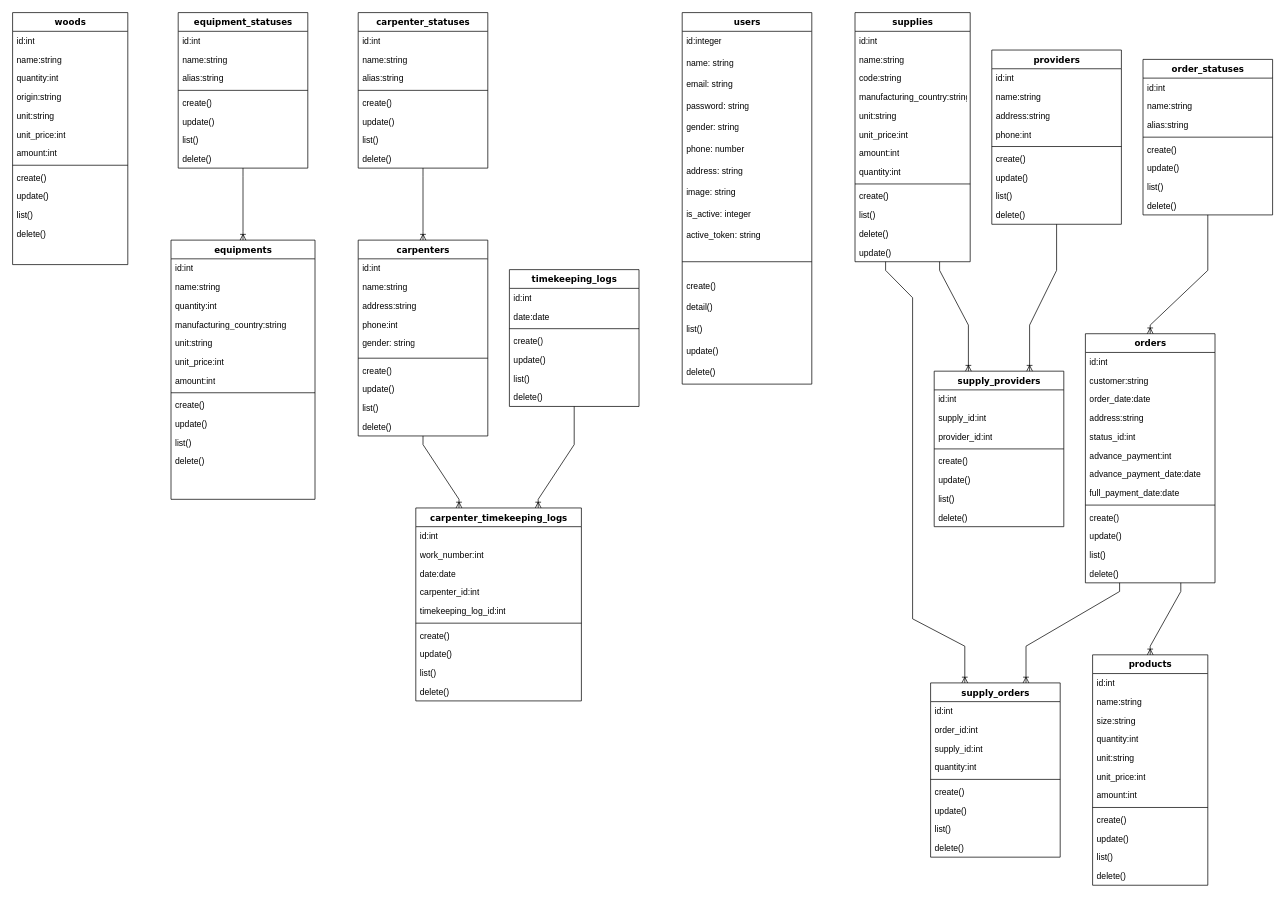
Earlier version of the draw.io diagram page "Trang-1" (1 of 2) of cwm-eer.drawio (vuminhhoa/Carpentry-Workshop-Management). Source tidied: cells renumbered, new cells numbered last; positions are measured from the earlier drawing's top-left corner, leaving out a move shared by most shapes. Both pictures are drawn from the tidied source at 72%, with x=0, y=0 at pixel (12, 12).
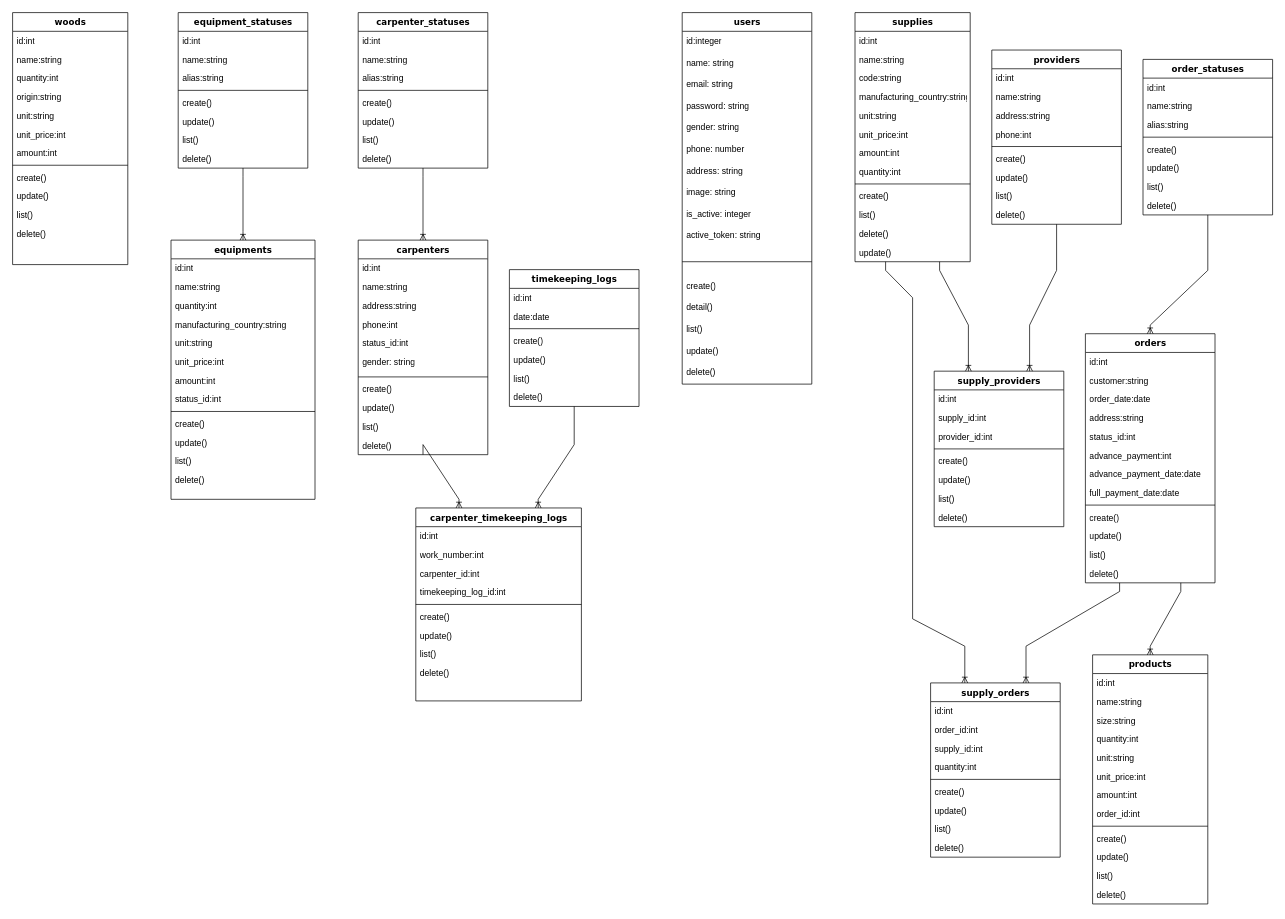
The same page after the edit.

Unchanged cells that the change refers to:
```xml
<mxCell id="2" value="equipments" style="swimlane;html=1;fontStyle=1;align=center;verticalAlign=top;horizontal=1;startSize=26;swimlaneFillColor=#ffffff;rounded=0;shadow=0;comic=0;labelBackgroundColor=none;strokeWidth=1;fillColor=none;fontFamily=Verdana;fontSize=12;" parent="1" vertex="1">
  <mxGeometry x="220" y="316" width="200" height="360" as="geometry" />
</mxCell>
<mxCell id="70" value="carpenter_timekeeping_logs" style="swimlane;html=1;fontStyle=1;align=center;verticalAlign=top;horizontal=1;startSize=26;swimlaneFillColor=#ffffff;rounded=0;shadow=0;comic=0;labelBackgroundColor=none;strokeWidth=1;fillColor=none;fontFamily=Verdana;fontSize=12;" parent="1" vertex="1">
  <mxGeometry x="560" y="688" width="230" height="268" as="geometry" />
</mxCell>
```

Change to the diagram source:
```diff
@@
+    <mxCell id="182" value="status_id:int" style="text;html=1;strokeColor=none;fillColor=none;align=left;verticalAlign=top;spacingLeft=4;spacingRight=4;whiteSpace=wrap;overflow=hidden;" parent="2" vertex="1">
+      <mxGeometry y="208" width="200" height="26" as="geometry" />
+    </mxCell>
     <mxCell id="10" style="line;html=1;strokeWidth=1;fillColor=none;align=left;verticalAlign=middle;spacingTop=-1;spacingLeft=3;spacingRight=3;labelPosition=right;" parent="2" vertex="1">
-      <mxGeometry y="208" width="200" height="8" as="geometry" />
+      <mxGeometry y="234" width="200" height="8" as="geometry" />
     </mxCell>
     <mxCell id="11" value="create()" style="text;html=1;strokeColor=none;fillColor=none;align=left;verticalAlign=top;spacingLeft=4;spacingRight=4;whiteSpace=wrap;overflow=hidden;" parent="2" vertex="1">
-      <mxGeometry y="216" width="200" height="26" as="geometry" />
+      <mxGeometry y="242" width="200" height="26" as="geometry" />
     </mxCell>
     <mxCell id="12" value="update()" style="text;html=1;strokeColor=none;fillColor=none;align=left;verticalAlign=top;spacingLeft=4;spacingRight=4;whiteSpace=wrap;overflow=hidden;" parent="2" vertex="1">
-      <mxGeometry y="242" width="200" height="26" as="geometry" />
+      <mxGeometry y="268" width="200" height="26" as="geometry" />
     </mxCell>
     <mxCell id="13" value="list()" style="text;html=1;strokeColor=none;fillColor=none;align=left;verticalAlign=top;spacingLeft=4;spacingRight=4;whiteSpace=wrap;overflow=hidden;" parent="2" vertex="1">
-      <mxGeometry y="268" width="200" height="26" as="geometry" />
+      <mxGeometry y="294" width="200" height="26" as="geometry" />
     </mxCell>
     <mxCell id="14" value="delete()" style="text;html=1;strokeColor=none;fillColor=none;align=left;verticalAlign=top;spacingLeft=4;spacingRight=4;whiteSpace=wrap;overflow=hidden;" parent="2" vertex="1">
-      <mxGeometry y="294" width="200" height="26" as="geometry" />
+      <mxGeometry y="320" width="200" height="26" as="geometry" />
     </mxCell>
@@
     <mxCell id="42" value="products" style="swimlane;html=1;fontStyle=1;align=center;verticalAlign=top;horizontal=1;startSize=26;swimlaneFillColor=#ffffff;rounded=0;shadow=0;comic=0;labelBackgroundColor=none;strokeWidth=1;fillColor=none;fontFamily=Verdana;fontSize=12;" parent="1" vertex="1">
-      <mxGeometry x="1500" y="892" width="160" height="320" as="geometry" />
+      <mxGeometry x="1500" y="892" width="160" height="346" as="geometry" />
     </mxCell>
@@
+    <mxCell id="183" value="order_id:int" style="text;html=1;strokeColor=none;fillColor=none;align=left;verticalAlign=top;spacingLeft=4;spacingRight=4;whiteSpace=wrap;overflow=hidden;" parent="42" vertex="1">
+      <mxGeometry y="208" width="160" height="26" as="geometry" />
+    </mxCell>
     <mxCell id="50" style="line;html=1;strokeWidth=1;fillColor=none;align=left;verticalAlign=middle;spacingTop=-1;spacingLeft=3;spacingRight=3;labelPosition=right;" parent="42" vertex="1">
-      <mxGeometry y="208" width="160" height="8" as="geometry" />
+      <mxGeometry y="234" width="160" height="8" as="geometry" />
     </mxCell>
     <mxCell id="51" value="create()" style="text;html=1;strokeColor=none;fillColor=none;align=left;verticalAlign=top;spacingLeft=4;spacingRight=4;whiteSpace=wrap;overflow=hidden;" parent="42" vertex="1">
-      <mxGeometry y="216" width="160" height="26" as="geometry" />
+      <mxGeometry y="242" width="160" height="26" as="geometry" />
     </mxCell>
     <mxCell id="52" value="update()" style="text;html=1;strokeColor=none;fillColor=none;align=left;verticalAlign=top;spacingLeft=4;spacingRight=4;whiteSpace=wrap;overflow=hidden;" parent="42" vertex="1">
-      <mxGeometry y="242" width="160" height="26" as="geometry" />
+      <mxGeometry y="268" width="160" height="26" as="geometry" />
     </mxCell>
     <mxCell id="53" value="list()" style="text;html=1;strokeColor=none;fillColor=none;align=left;verticalAlign=top;spacingLeft=4;spacingRight=4;whiteSpace=wrap;overflow=hidden;" parent="42" vertex="1">
-      <mxGeometry y="268" width="160" height="26" as="geometry" />
+      <mxGeometry y="294" width="160" height="26" as="geometry" />
     </mxCell>
     <mxCell id="54" value="delete()" style="text;html=1;strokeColor=none;fillColor=none;align=left;verticalAlign=top;spacingLeft=4;spacingRight=4;whiteSpace=wrap;overflow=hidden;" parent="42" vertex="1">
-      <mxGeometry y="294" width="160" height="26" as="geometry" />
+      <mxGeometry y="320" width="160" height="26" as="geometry" />
     </mxCell>
@@
-    <mxCell id="73" value="date:date" style="text;html=1;strokeColor=none;fillColor=none;align=left;verticalAlign=top;spacingLeft=4;spacingRight=4;whiteSpace=wrap;overflow=hidden;" parent="70" vertex="1">
-      <mxGeometry y="78" width="230" height="26" as="geometry" />
-    </mxCell>
     <mxCell id="74" value="carpenter_id:int" style="text;html=1;strokeColor=none;fillColor=none;align=left;verticalAlign=top;spacingLeft=4;spacingRight=4;whiteSpace=wrap;overflow=hidden;" parent="70" vertex="1">
-      <mxGeometry y="104" width="230" height="26" as="geometry" />
+      <mxGeometry y="78" width="230" height="26" as="geometry" />
     </mxCell>
     <mxCell id="75" value="timekeeping_log_id:int" style="text;html=1;strokeColor=none;fillColor=none;align=left;verticalAlign=top;spacingLeft=4;spacingRight=4;whiteSpace=wrap;overflow=hidden;" parent="70" vertex="1">
-      <mxGeometry y="130" width="230" height="26" as="geometry" />
+      <mxGeometry y="104" width="230" height="26" as="geometry" />
     </mxCell>
     <mxCell id="76" style="line;html=1;strokeWidth=1;fillColor=none;align=left;verticalAlign=middle;spacingTop=-1;spacingLeft=3;spacingRight=3;labelPosition=right;" parent="70" vertex="1">
-      <mxGeometry y="156" width="230" height="8" as="geometry" />
+      <mxGeometry y="130" width="230" height="8" as="geometry" />
     </mxCell>
     <mxCell id="77" value="create()" style="text;html=1;strokeColor=none;fillColor=none;align=left;verticalAlign=top;spacingLeft=4;spacingRight=4;whiteSpace=wrap;overflow=hidden;" parent="70" vertex="1">
-      <mxGeometry y="164" width="230" height="26" as="geometry" />
+      <mxGeometry y="138" width="230" height="26" as="geometry" />
     </mxCell>
     <mxCell id="78" value="update()" style="text;html=1;strokeColor=none;fillColor=none;align=left;verticalAlign=top;spacingLeft=4;spacingRight=4;whiteSpace=wrap;overflow=hidden;" parent="70" vertex="1">
-      <mxGeometry y="190" width="230" height="26" as="geometry" />
+      <mxGeometry y="164" width="230" height="26" as="geometry" />
     </mxCell>
     <mxCell id="79" value="list()" style="text;html=1;strokeColor=none;fillColor=none;align=left;verticalAlign=top;spacingLeft=4;spacingRight=4;whiteSpace=wrap;overflow=hidden;" parent="70" vertex="1">
-      <mxGeometry y="216" width="230" height="26" as="geometry" />
+      <mxGeometry y="190" width="230" height="26" as="geometry" />
     </mxCell>
     <mxCell id="80" value="delete()" style="text;html=1;strokeColor=none;fillColor=none;align=left;verticalAlign=top;spacingLeft=4;spacingRight=4;whiteSpace=wrap;overflow=hidden;" parent="70" vertex="1">
-      <mxGeometry y="242" width="230" height="26" as="geometry" />
+      <mxGeometry y="216" width="230" height="26" as="geometry" />
     </mxCell>
     <mxCell id="81" value="carpenters" style="swimlane;html=1;fontStyle=1;align=center;verticalAlign=top;horizontal=1;startSize=26;swimlaneFillColor=#ffffff;rounded=0;shadow=0;comic=0;labelBackgroundColor=none;strokeWidth=1;fillColor=none;fontFamily=Verdana;fontSize=12;" parent="1" vertex="1">
-      <mxGeometry x="480" y="316" width="180" height="272" as="geometry" />
+      <mxGeometry x="480" y="316" width="180" height="298" as="geometry" />
     </mxCell>
@@
+    <mxCell id="184" value="status_id:int" style="text;html=1;strokeColor=none;fillColor=none;align=left;verticalAlign=top;spacingLeft=4;spacingRight=4;whiteSpace=wrap;overflow=hidden;" parent="81" vertex="1">
+      <mxGeometry y="130" width="180" height="26" as="geometry" />
+    </mxCell>
     <mxCell id="86" value="gender: string" style="text;html=1;strokeColor=none;fillColor=none;align=left;verticalAlign=top;spacingLeft=4;spacingRight=4;whiteSpace=wrap;overflow=hidden;" parent="81" vertex="1">
-      <mxGeometry y="130" width="180" height="30" as="geometry" />
+      <mxGeometry y="156" width="180" height="30" as="geometry" />
     </mxCell>
     <mxCell id="87" style="line;html=1;strokeWidth=1;fillColor=none;align=left;verticalAlign=middle;spacingTop=-1;spacingLeft=3;spacingRight=3;labelPosition=right;" parent="81" vertex="1">
-      <mxGeometry y="160" width="180" height="8" as="geometry" />
+      <mxGeometry y="186" width="180" height="8" as="geometry" />
     </mxCell>
     <mxCell id="88" value="create()" style="text;html=1;strokeColor=none;fillColor=none;align=left;verticalAlign=top;spacingLeft=4;spacingRight=4;whiteSpace=wrap;overflow=hidden;" parent="81" vertex="1">
-      <mxGeometry y="168" width="180" height="26" as="geometry" />
+      <mxGeometry y="194" width="180" height="26" as="geometry" />
     </mxCell>
     <mxCell id="89" value="update()" style="text;html=1;strokeColor=none;fillColor=none;align=left;verticalAlign=top;spacingLeft=4;spacingRight=4;whiteSpace=wrap;overflow=hidden;" parent="81" vertex="1">
-      <mxGeometry y="194" width="180" height="26" as="geometry" />
+      <mxGeometry y="220" width="180" height="26" as="geometry" />
     </mxCell>
     <mxCell id="90" value="list()" style="text;html=1;strokeColor=none;fillColor=none;align=left;verticalAlign=top;spacingLeft=4;spacingRight=4;whiteSpace=wrap;overflow=hidden;" parent="81" vertex="1">
-      <mxGeometry y="220" width="180" height="26" as="geometry" />
+      <mxGeometry y="246" width="180" height="26" as="geometry" />
     </mxCell>
     <mxCell id="91" value="delete()" style="text;html=1;strokeColor=none;fillColor=none;align=left;verticalAlign=top;spacingLeft=4;spacingRight=4;whiteSpace=wrap;overflow=hidden;" parent="81" vertex="1">
-      <mxGeometry y="246" width="180" height="26" as="geometry" />
+      <mxGeometry y="272" width="180" height="26" as="geometry" />
     </mxCell>
```
